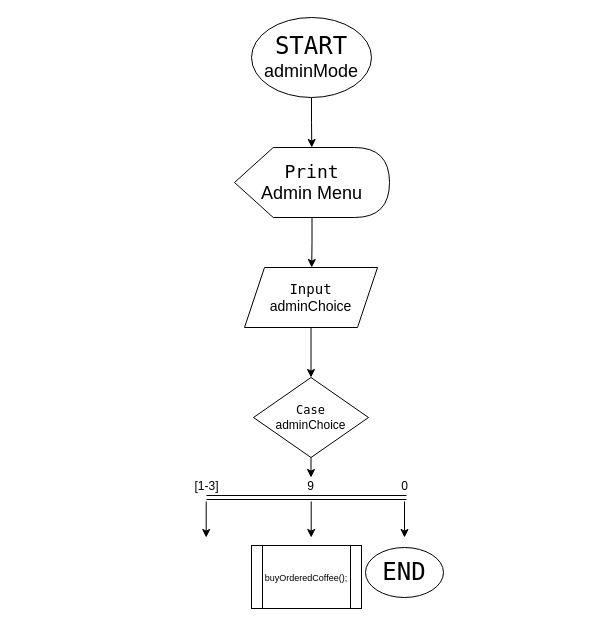
The draw.io diagram Lab/lab2/report/diagramsnew/wip.drawio in yaleihen/CSCI291, before the edit. Source tidied: cells renumbered, new cells numbered last; positions are measured from the earlier drawing's top-left corner, leaving out a move shared by most shapes. Both pictures are drawn from the tidied source at 100%, with x=0, y=0 at pixel (181, 17).
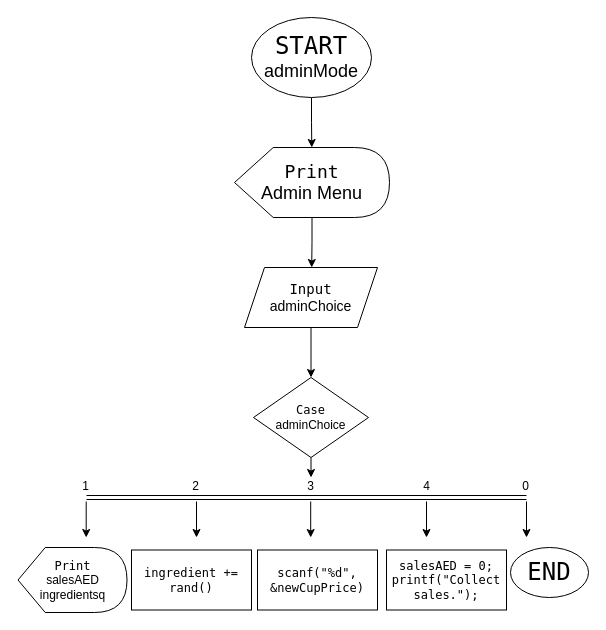
After the change.

Change to the diagram source:
```diff
@@
     <mxCell id="10" style="shape=link;html=1;rounded=0;" parent="1" edge="1">
       <mxGeometry relative="1" as="geometry">
-        <mxPoint x="25" y="480" as="sourcePoint" />
-        <mxPoint x="225" y="480" as="targetPoint" />
+        <mxPoint x="-95" y="480" as="sourcePoint" />
+        <mxPoint x="345" y="480" as="targetPoint" />
       </mxGeometry>
     </mxCell>
-    <mxCell id="11" value="&lt;font face=&quot;Helvetica&quot;&gt;[1-3]&lt;/font&gt;" style="text;html=1;align=center;verticalAlign=middle;strokeColor=none;fillColor=none;" parent="1" vertex="1">
-      <mxGeometry y="454" width="50" height="30" as="geometry" />
+    <mxCell id="11" value="&lt;font face=&quot;Helvetica&quot;&gt;1&lt;/font&gt;" style="text;html=1;align=center;verticalAlign=middle;strokeColor=none;fillColor=none;" parent="1" vertex="1">
+      <mxGeometry x="-111" y="454" width="30" height="30" as="geometry" />
     </mxCell>
-    <mxCell id="12" value="&lt;font face=&quot;Helvetica&quot;&gt;9&lt;/font&gt;" style="text;html=1;align=center;verticalAlign=middle;strokeColor=none;fillColor=none;" parent="1" vertex="1">
+    <mxCell id="12" value="&lt;font face=&quot;Helvetica&quot;&gt;3&lt;/font&gt;" style="text;html=1;align=center;verticalAlign=middle;strokeColor=none;fillColor=none;" parent="1" vertex="1">
       <mxGeometry x="113.5" y="454" width="30" height="30" as="geometry" />
     </mxCell>
-    <mxCell id="13" style="edgeStyle=none;rounded=0;jettySize=auto;html=1;" parent="1" edge="1" source="14">
+    <mxCell id="13" style="edgeStyle=none;rounded=0;orthogonalLoop=1;jettySize=auto;html=1;" parent="1" edge="1">
       <mxGeometry relative="1" as="geometry">
-        <mxPoint x="223" y="520" as="targetPoint" />
+        <mxPoint x="345" y="484" as="sourcePoint" />
+        <mxPoint x="345" y="520" as="targetPoint" />
       </mxGeometry>
     </mxCell>
     <mxCell id="14" value="&lt;font face=&quot;Helvetica&quot;&gt;0&lt;/font&gt;" style="text;html=1;align=center;verticalAlign=middle;points=[];strokeColor=none;fillColor=none;" parent="1" vertex="1">
-      <mxGeometry x="208" y="454" width="30" height="30" as="geometry" />
+      <mxGeometry x="329" y="454" width="30" height="30" as="geometry" />
     </mxCell>
     <mxCell id="15" value="&lt;font style=&quot;font-size: 24px;&quot; face=&quot;Lucida Console&quot;&gt;END&lt;/font&gt;" style="ellipse;whiteSpace=wrap;html=1;" parent="1" vertex="1">
-      <mxGeometry x="184" y="530" width="78" height="50" as="geometry" />
+      <mxGeometry x="329" y="530" width="78" height="50" as="geometry" />
     </mxCell>
     <mxCell id="16" style="edgeStyle=none;rounded=0;orthogonalLoop=1;jettySize=auto;html=1;" parent="1" edge="1">
       <mxGeometry relative="1" as="geometry">
-        <mxPoint x="129.7" y="484" as="sourcePoint" />
-        <mxPoint x="129.7" y="520" as="targetPoint" />
+        <mxPoint x="15" y="484" as="sourcePoint" />
+        <mxPoint x="15" y="520" as="targetPoint" />
       </mxGeometry>
     </mxCell>
     <mxCell id="17" style="edgeStyle=none;rounded=0;orthogonalLoop=1;jettySize=auto;html=1;" parent="1" edge="1">
       <mxGeometry relative="1" as="geometry">
-        <mxPoint x="24.7" y="484" as="sourcePoint" />
-        <mxPoint x="24.7" y="520" as="targetPoint" />
+        <mxPoint x="-95.3" y="484" as="sourcePoint" />
+        <mxPoint x="-95.3" y="520" as="targetPoint" />
       </mxGeometry>
     </mxCell>
-    <mxCell id="18" value="&lt;font style=&quot;font-size: 9px;&quot;&gt;buyOrderedCoffee();&lt;/font&gt;" style="shape=process;whiteSpace=wrap;html=1;backgroundOutline=1;" parent="1" vertex="1">
-      <mxGeometry x="70" y="528" width="110" height="63" as="geometry" />
-    </mxCell>
+    <mxCell id="19" style="edgeStyle=none;rounded=0;orthogonalLoop=1;jettySize=auto;html=1;" parent="1" edge="1">
+      <mxGeometry relative="1" as="geometry">
+        <mxPoint x="245" y="484" as="sourcePoint" />
+        <mxPoint x="245" y="520" as="targetPoint" />
+      </mxGeometry>
+    </mxCell>
+    <mxCell id="20" value="&lt;div&gt;&lt;font face=&quot;Lucida Console&quot;&gt;Print&lt;/font&gt;&lt;/div&gt;&lt;div&gt;salesAED&lt;/div&gt;&lt;div&gt;ingredientsq&lt;br&gt;&lt;/div&gt;" style="shape=display;whiteSpace=wrap;html=1;" parent="1" vertex="1">
+      <mxGeometry x="-163.5" y="530" width="109" height="65" as="geometry" />
+    </mxCell>
+    <mxCell id="21" value="&lt;font face=&quot;Helvetica&quot;&gt;2&lt;/font&gt;" style="text;html=1;align=center;verticalAlign=middle;strokeColor=none;fillColor=none;" parent="1" vertex="1">
+      <mxGeometry x="-1" y="454" width="30" height="30" as="geometry" />
+    </mxCell>
+    <mxCell id="22" value="&lt;font face=&quot;Lucida Console&quot;&gt;ingredient += rand()&lt;/font&gt;" style="rounded=0;whiteSpace=wrap;html=1;" parent="1" vertex="1">
+      <mxGeometry x="-50" y="532.5" width="120" height="60" as="geometry" />
+    </mxCell>
+    <mxCell id="23" style="edgeStyle=none;rounded=0;orthogonalLoop=1;jettySize=auto;html=1;" parent="1" edge="1">
+      <mxGeometry relative="1" as="geometry">
+        <mxPoint x="129.2" y="484" as="sourcePoint" />
+        <mxPoint x="129.2" y="520" as="targetPoint" />
+      </mxGeometry>
+    </mxCell>
+    <mxCell id="24" value="&lt;font face=&quot;Lucida Console&quot;&gt;scanf(&quot;%d&quot;, &amp;amp;newCupPrice)&lt;br&gt;&lt;/font&gt;" style="rounded=0;whiteSpace=wrap;html=1;" parent="1" vertex="1">
+      <mxGeometry x="76" y="532.5" width="120" height="60" as="geometry" />
+    </mxCell>
+    <mxCell id="25" value="&lt;div&gt;&lt;font face=&quot;Lucida Console&quot;&gt;salesAED = 0;&lt;/font&gt;&lt;/div&gt;&lt;div&gt;&lt;font face=&quot;Lucida Console&quot;&gt;printf(&quot;Collect sales.&quot;);&lt;br&gt;&lt;/font&gt;&lt;/div&gt;" style="rounded=0;whiteSpace=wrap;html=1;" parent="1" vertex="1">
+      <mxGeometry x="205" y="532.5" width="120" height="60" as="geometry" />
+    </mxCell>
+    <mxCell id="26" value="&lt;font face=&quot;Helvetica&quot;&gt;4&lt;/font&gt;" style="text;html=1;align=center;verticalAlign=middle;strokeColor=none;fillColor=none;" parent="1" vertex="1">
+      <mxGeometry x="230" y="454" width="30" height="30" as="geometry" />
+    </mxCell>
```
